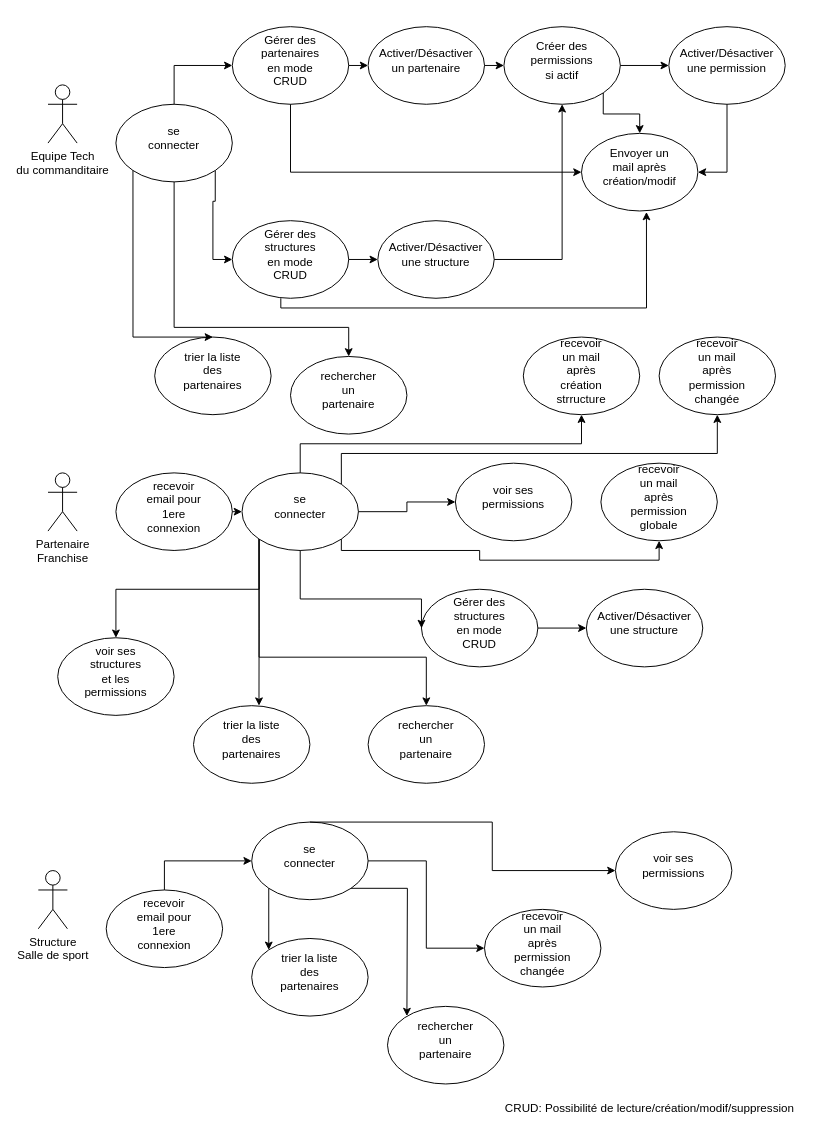
Earlier version of the draw.io diagram PlanetBody/fonctionnalités.drawio (cyrisa02/diagrammes-UML). Source tidied: cells renumbered, new cells numbered last; positions are measured from the earlier drawing's top-left corner, leaving out a move shared by most shapes. Both pictures are drawn from the tidied source at 97%, with x=0, y=0 at pixel (38, 26).
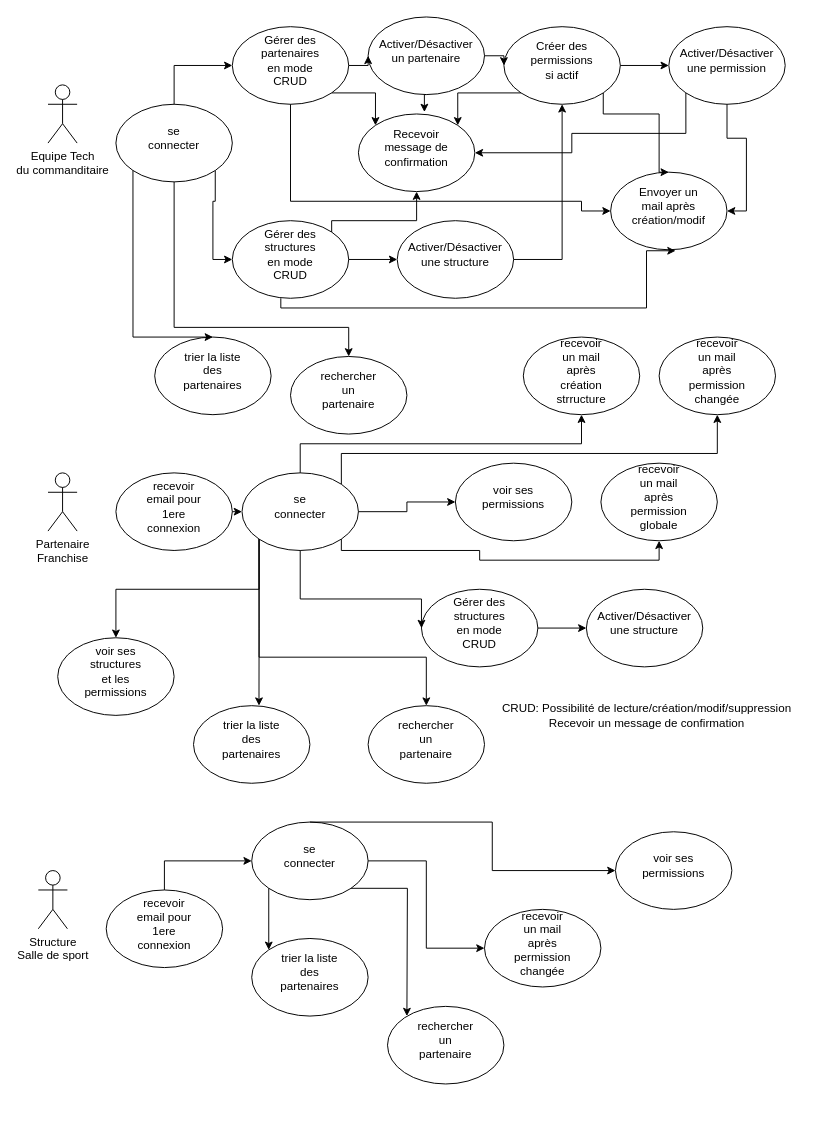
After the change.

Commit message:
Mettre à jour fonctionnalités.drawio

Unchanged cells that the change refers to:
```xml
<mxCell id="7" style="ellipse;whiteSpace=wrap;html=1;" parent="6" vertex="1">
  <mxGeometry width="120" height="80" as="geometry" />
</mxCell>
<mxCell id="10" style="ellipse;whiteSpace=wrap;html=1;" parent="9" vertex="1">
  <mxGeometry width="120" height="80" as="geometry" />
</mxCell>
<mxCell id="13" style="ellipse;whiteSpace=wrap;html=1;" parent="12" vertex="1">
  <mxGeometry width="120" height="80" as="geometry" />
</mxCell>
<mxCell id="19" style="ellipse;whiteSpace=wrap;html=1;" parent="18" vertex="1">
  <mxGeometry width="120" height="80" as="geometry" />
</mxCell>
<mxCell id="22" style="ellipse;whiteSpace=wrap;html=1;" parent="21" vertex="1">
  <mxGeometry width="120" height="80" as="geometry" />
</mxCell>
<mxCell id="25" style="ellipse;whiteSpace=wrap;html=1;" parent="24" vertex="1">
  <mxGeometry width="120" height="80" as="geometry" />
</mxCell>
```

The edit, as a diff of the source:
```diff
@@
     <mxCell id="12" style="group;" parent="1" vertex="1">
-      <mxGeometry x="340" width="120" height="80" as="geometry" />
+      <mxGeometry x="340" y="-10" width="120" height="80" as="geometry" />
     </mxCell>
@@
     <mxCell id="15" style="group;" parent="1" vertex="1">
-      <mxGeometry x="350" y="200" width="120" height="80" as="geometry" />
+      <mxGeometry x="370" y="200" width="120" height="80" as="geometry" />
     </mxCell>
@@
     <mxCell id="24" style="group;" parent="1" vertex="1">
-      <mxGeometry x="560" y="110" width="120" height="80" as="geometry" />
+      <mxGeometry x="590" y="150" width="120" height="80" as="geometry" />
     </mxCell>
@@
     <mxCell id="41" style="edgeStyle=orthogonalEdgeStyle;rounded=0;jettySize=auto;html=1;exitX=0.5;exitY=1;exitDx=0;exitDy=0;entryX=0;entryY=0.5;entryDx=0;entryDy=0;" parent="1" edge="1" source="7" target="25">
-      <mxGeometry relative="1" as="geometry" />
+      <mxGeometry relative="1" as="geometry">
+        <Array as="points">
+          <mxPoint x="260" y="180" />
+          <mxPoint x="560" y="180" />
+        </Array>
+      </mxGeometry>
     </mxCell>
@@
     <mxCell id="106" style="edgeStyle=orthogonalEdgeStyle;rounded=0;jettySize=auto;html=1;exitX=1;exitY=1;exitDx=0;exitDy=0;entryX=0.5;entryY=0;entryDx=0;entryDy=0;" parent="1" edge="1" source="19" target="25">
       <mxGeometry relative="1" as="geometry">
         <Array as="points">
           <mxPoint x="582" y="90" />
-          <mxPoint x="620" y="90" />
+          <mxPoint x="640" y="90" />
+          <mxPoint x="640" y="150" />
         </Array>
       </mxGeometry>
     </mxCell>
@@
-    <mxCell id="108" value="CRUD: Possibilité de lecture/création/modif/suppression" style="text;html=1;align=center;verticalAlign=middle;fillColor=none;strokeColor=none;rounded=0;" parent="1" vertex="1">
-      <mxGeometry x="470" y="1100" width="320" height="30" as="geometry" />
+    <mxCell id="108" value="CRUD: Possibilité de lecture/création/modif/suppression&lt;br&gt;Recevoir un message de confirmation" style="text;html=1;align=center;verticalAlign=middle;fillColor=none;strokeColor=none;rounded=0;" parent="1" vertex="1">
+      <mxGeometry x="467" y="690" width="320" height="40" as="geometry" />
     </mxCell>
@@
+    <mxCell id="115" style="group;" parent="1" vertex="1">
+      <mxGeometry x="330" y="90" width="120" height="80" as="geometry" />
+    </mxCell>
+    <mxCell id="116" style="ellipse;whiteSpace=wrap;html=1;" parent="115" vertex="1">
+      <mxGeometry width="120" height="80" as="geometry" />
+    </mxCell>
+    <mxCell id="117" value="Recevoir message de confirmation" style="text;html=1;strokeColor=none;fillColor=none;align=center;verticalAlign=middle;whiteSpace=wrap;rounded=0;" parent="115" vertex="1">
+      <mxGeometry x="30" y="20" width="60" height="30" as="geometry" />
+    </mxCell>
+    <mxCell id="118" style="edgeStyle=orthogonalEdgeStyle;rounded=0;jettySize=auto;html=1;exitX=1;exitY=1;exitDx=0;exitDy=0;entryX=0;entryY=0;entryDx=0;entryDy=0;" parent="1" edge="1" source="7" target="116">
+      <mxGeometry relative="1" as="geometry" />
+    </mxCell>
+    <mxCell id="119" style="edgeStyle=orthogonalEdgeStyle;rounded=0;jettySize=auto;html=1;exitX=1;exitY=0;exitDx=0;exitDy=0;" parent="1" edge="1" source="10" target="116">
+      <mxGeometry relative="1" as="geometry">
+        <Array as="points">
+          <mxPoint x="302" y="200" />
+          <mxPoint x="390" y="200" />
+        </Array>
+      </mxGeometry>
+    </mxCell>
+    <mxCell id="120" style="edgeStyle=orthogonalEdgeStyle;rounded=0;jettySize=auto;html=1;exitX=0;exitY=1;exitDx=0;exitDy=0;entryX=1;entryY=0;entryDx=0;entryDy=0;" parent="1" edge="1" source="19" target="116">
+      <mxGeometry relative="1" as="geometry" />
+    </mxCell>
+    <mxCell id="121" style="edgeStyle=orthogonalEdgeStyle;rounded=0;jettySize=auto;html=1;exitX=0.5;exitY=1;exitDx=0;exitDy=0;entryX=0.567;entryY=-0.025;entryDx=0;entryDy=0;entryPerimeter=0;" parent="1" edge="1" source="13" target="116">
+      <mxGeometry relative="1" as="geometry" />
+    </mxCell>
+    <mxCell id="122" style="edgeStyle=orthogonalEdgeStyle;rounded=0;jettySize=auto;html=1;exitX=0;exitY=1;exitDx=0;exitDy=0;entryX=1;entryY=0.5;entryDx=0;entryDy=0;" parent="1" edge="1" source="22" target="116">
+      <mxGeometry relative="1" as="geometry">
+        <Array as="points">
+          <mxPoint x="668" y="110" />
+          <mxPoint x="550" y="110" />
+          <mxPoint x="550" y="130" />
+        </Array>
+      </mxGeometry>
+    </mxCell>
```
